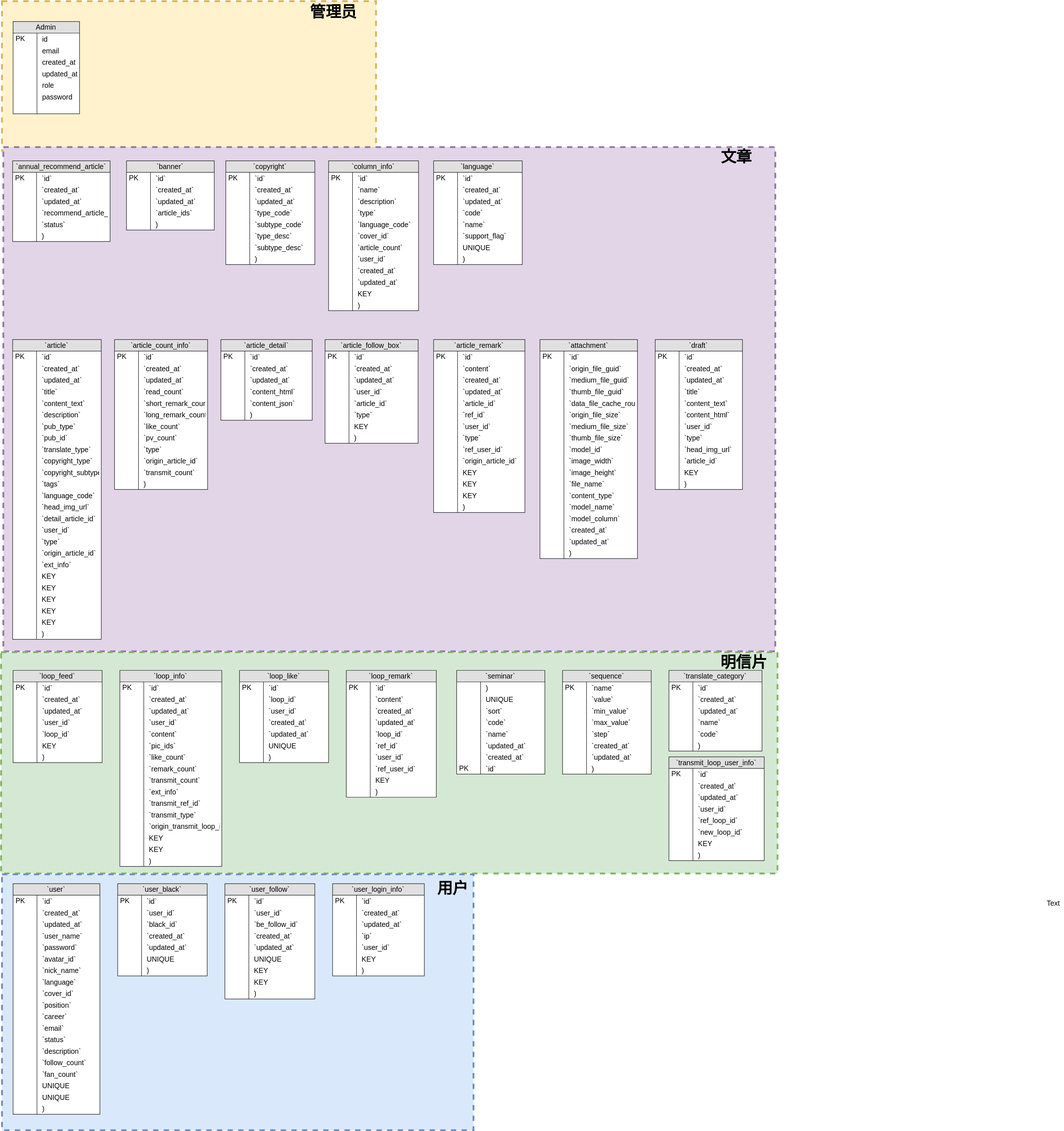
The draw.io diagram docs/CurrentDataModel.svg in yuejoo/SharedDocuments, before a commit. Source tidied: cells renumbered, new cells last; positions are measured from the earlier drawing's top-left corner, leaving out a move shared by most shapes.
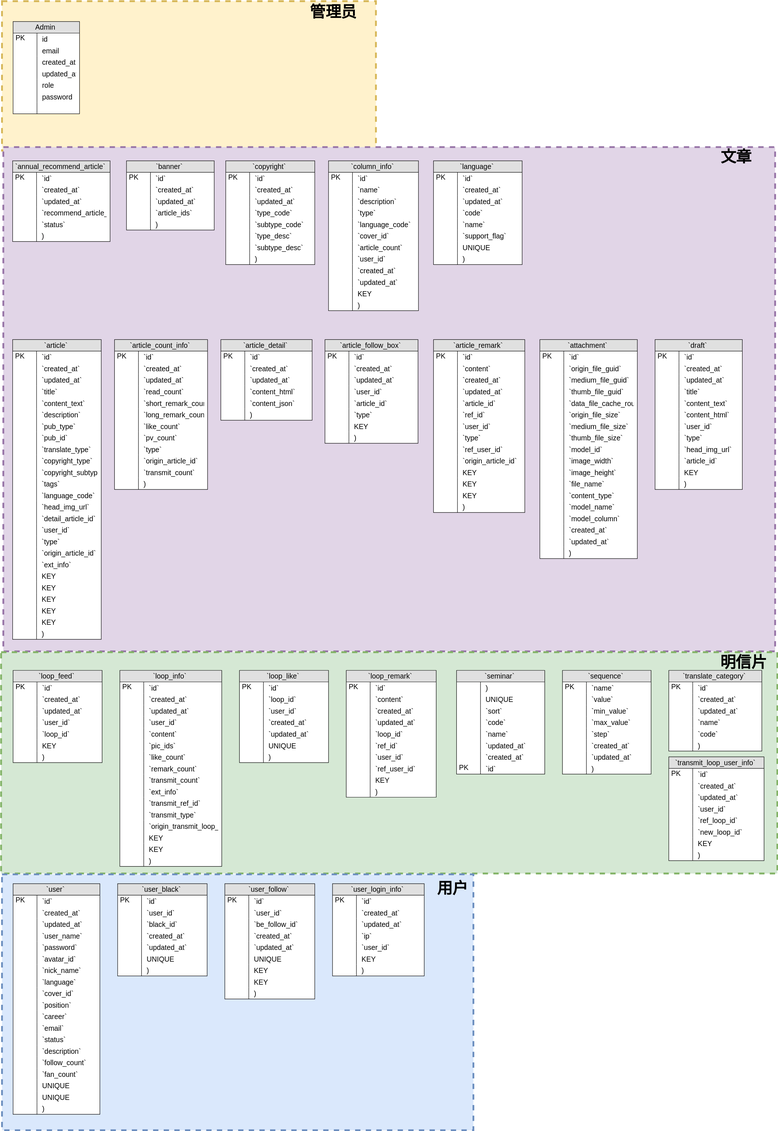
After the change.

Diff of the diagram source:
```diff
@@ -1607,9 +1607,6 @@
     <mxCell id="536" style="shape=partialRectangle;top=0;left=0;bottom=0;fillColor=none;align=left;verticalAlign=middle;spacingLeft=4;spacingRight=4;overflow=hidden;fontSize=16;" parent="535" vertex="1">
       <mxGeometry width="54" height="26" as="geometry" />
     </mxCell>
-    <mxCell id="537" value="Text" style="text;html=1;align=left;verticalAlign=top;spacingTop=-4;fontSize=16;" parent="1" vertex="1">
-      <mxGeometry x="2358" y="2022" width="40" height="20" as="geometry" />
-    </mxCell>
     <mxCell id="538" value="管理员" style="text;html=1;strokeColor=none;fillColor=none;align=center;verticalAlign=middle;whiteSpace=wrap;rounded=0;dashed=1;fontSize=35;fontStyle=1;" parent="1" vertex="1">
       <mxGeometry x="686" y="14" width="127" height="20" as="geometry" />
     </mxCell>
```
